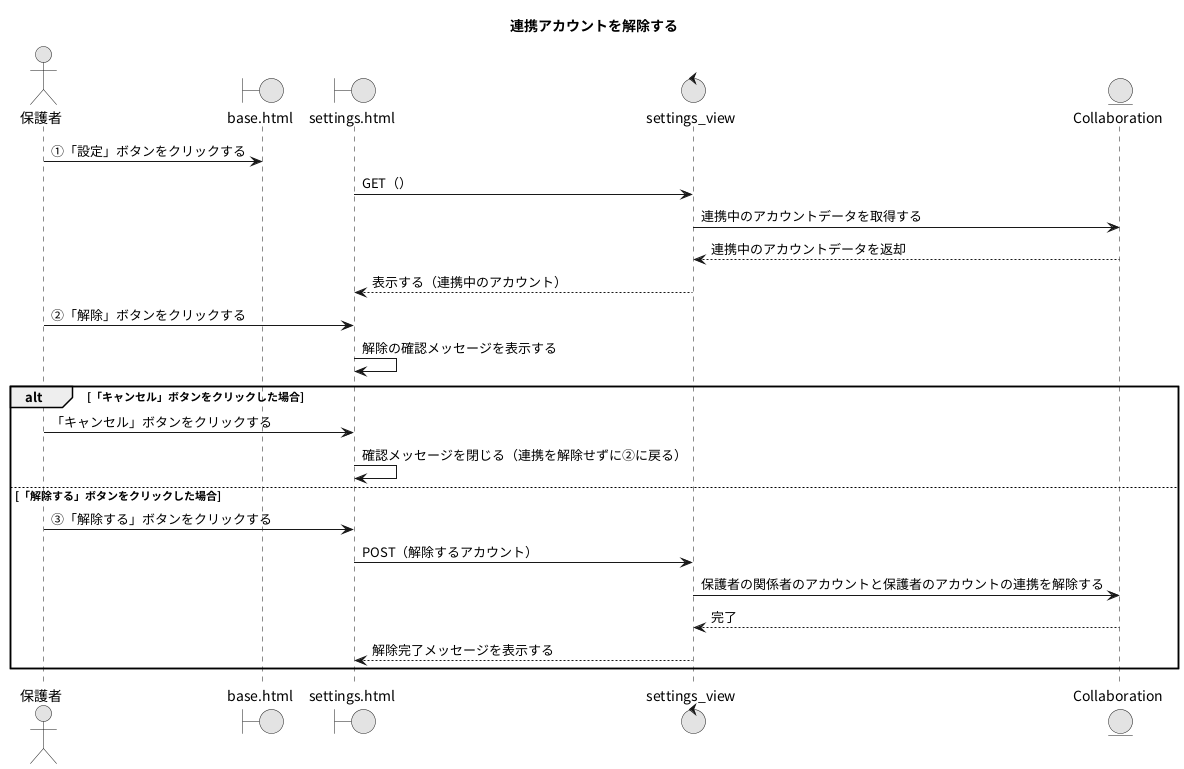
Above: PNG/06_連携アカウントを解除する.png in Ma2naga190330/26_sotugyou_puml (PlantUML), before the change. The source it was exported from:
```plantuml
@startuml
title 連携アカウントを解除する
skinparam defaultFontName "Noto Sans CJK JP"
skinparam monochrome true

actor "保護者" as A
boundary "base.html" as BP
boundary "settings.html" as SP
control "settings_view" as SV
entity "Collaboration" as CM

A -> BP : ①「設定」ボタンをクリックする
SP -> SV : GET（）
SV -> CM : 連携中のアカウントデータを取得する
SV <-- CM : 連携中のアカウントデータを返却
SV --> SP : 表示する（連携中のアカウント）

A -> SP : ②「解除」ボタンをクリックする
SP -> SP : 解除の確認メッセージを表示する

alt 「キャンセル」ボタンをクリックした場合
  A -> SP : 「キャンセル」ボタンをクリックする
  SP -> SP : 確認メッセージを閉じる（連携を解除せずに②に戻る）
else 「解除する」ボタンをクリックした場合
  A -> SP : ③「解除する」ボタンをクリックする
  SP -> SV : POST（解除するアカウント）
  SV -> CM : 保護者の関係者のアカウントと保護者のアカウントの連携を解除する
  SV <-- CM : 完了
  SV --> SP : 解除完了メッセージを表示する
end
@enduml
```
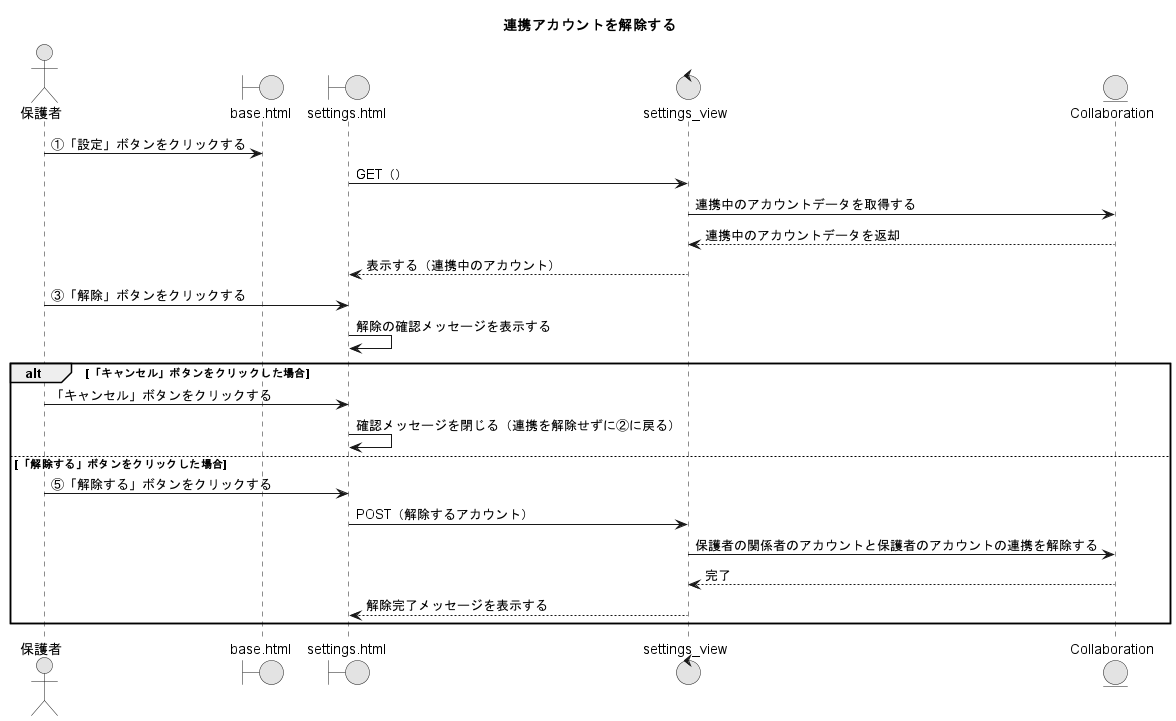
Above is the later version.

What changed in the source:
```diff
@@ -15,14 +15,14 @@
 SV <-- CM : 連携中のアカウントデータを返却
 SV --> SP : 表示する（連携中のアカウント）
 
-A -> SP : ②「解除」ボタンをクリックする
+A -> SP : ③「解除」ボタンをクリックする
 SP -> SP : 解除の確認メッセージを表示する
 
 alt 「キャンセル」ボタンをクリックした場合
   A -> SP : 「キャンセル」ボタンをクリックする
   SP -> SP : 確認メッセージを閉じる（連携を解除せずに②に戻る）
 else 「解除する」ボタンをクリックした場合
-  A -> SP : ③「解除する」ボタンをクリックする
+  A -> SP : ⑤「解除する」ボタンをクリックする
   SP -> SV : POST（解除するアカウント）
   SV -> CM : 保護者の関係者のアカウントと保護者のアカウントの連携を解除する
   SV <-- CM : 完了
```
